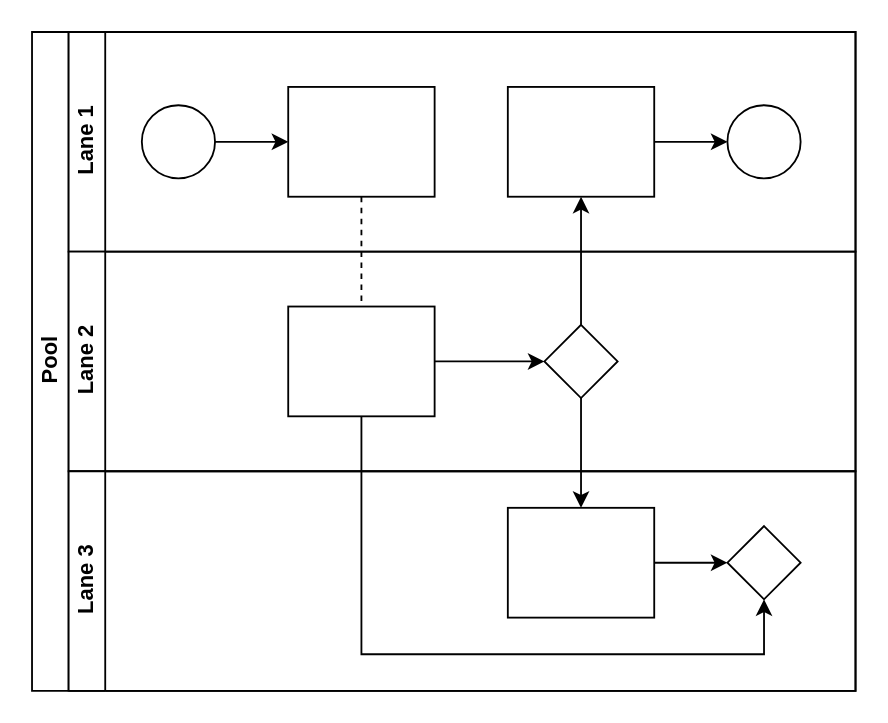
The draw.io diagram Biểu đồ không có tiêu đề.drawio in athanhoang/viindoo_accademy, before the edit. Source tidied: cells renumbered, new cells numbered last; positions are measured from the earlier drawing's top-left corner, leaving out a move shared by most shapes. Both pictures are drawn from the tidied source at 183%, with x=0, y=0 at pixel (31, 31).
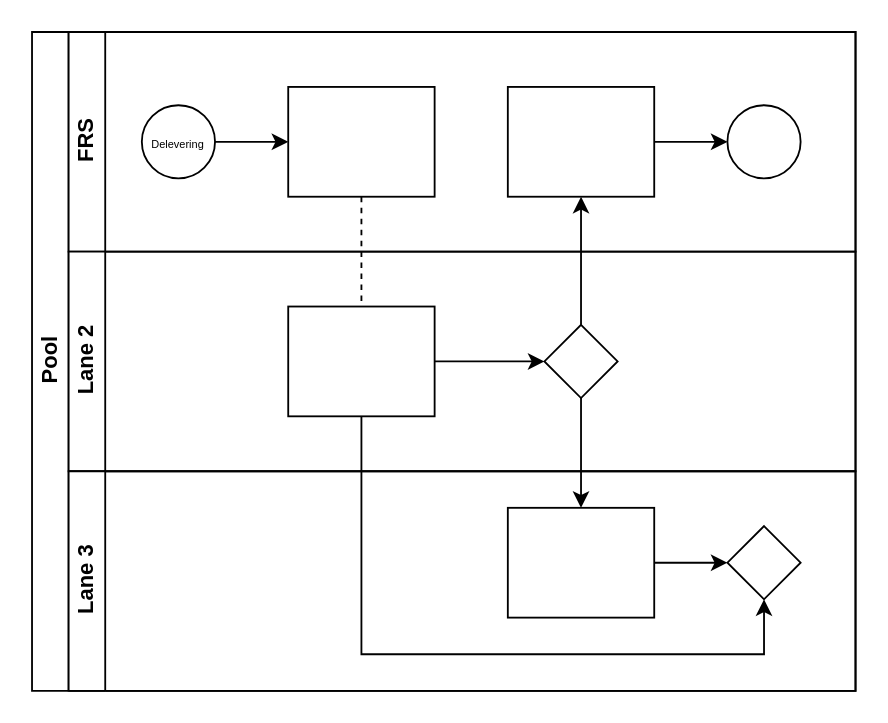
After the change.

Commit message (it also covers changes not shown here):
Cập nhật Biểu đồ không có tiêu đề.drawio

Unchanged cells that the change refers to:
```xml
<mxCell id="2" value="Pool" style="swimlane;html=1;horizontal=0;startSize=20;" parent="1" vertex="1">
  <mxGeometry width="450" height="360" as="geometry" />
</mxCell>
```

The edit, as a diff of the source:
```diff
@@
-    <mxCell id="7" value="Lane 1" style="swimlane;html=1;startSize=20;horizontal=0;" parent="2" vertex="1">
+    <mxCell id="7" value="FRS" style="swimlane;html=1;startSize=20;horizontal=0;" parent="2" vertex="1">
       <mxGeometry x="20" width="430" height="120" as="geometry" />
     </mxCell>
@@
-    <mxCell id="9" style="ellipse;whiteSpace=wrap;html=1;" parent="7" vertex="1">
+    <mxCell id="9" value="&lt;font style=&quot;font-size: 6px;&quot;&gt;Delevering&lt;/font&gt;" style="ellipse;whiteSpace=wrap;html=1;" parent="7" vertex="1">
       <mxGeometry x="40" y="40" width="40" height="40" as="geometry" />
     </mxCell>
```
